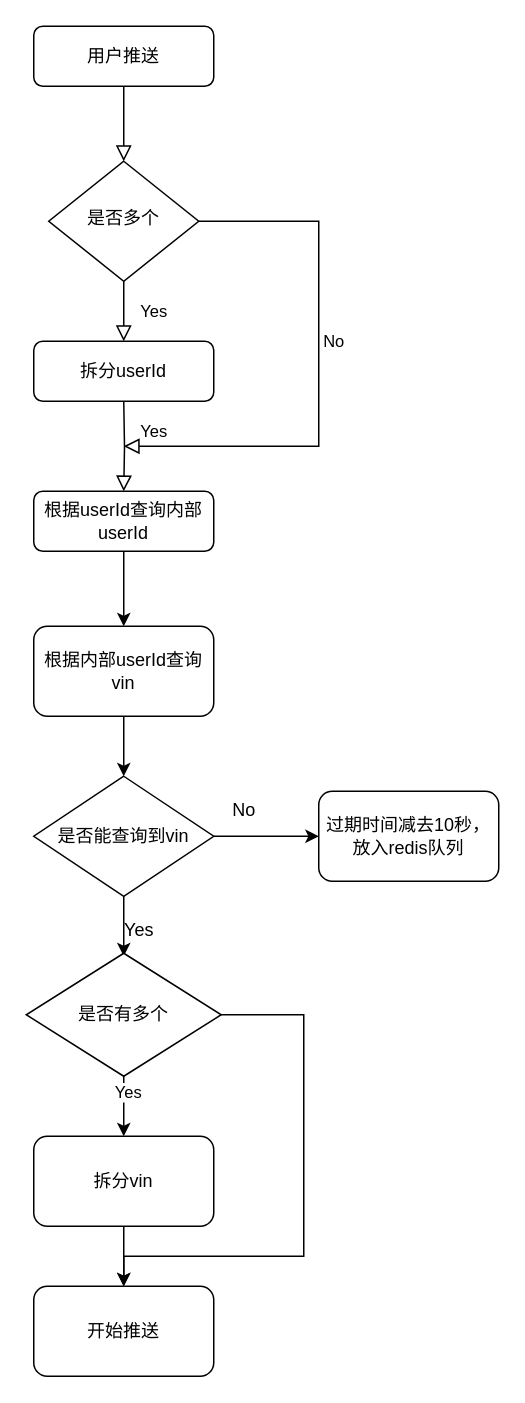
The draw.io diagram 推送到用户.drawio in ecdatatangyu/springboot-demo, before the edit. Source tidied: cells renumbered, new cells numbered last; positions are measured from the earlier drawing's top-left corner, leaving out a move shared by most shapes. Both pictures are drawn from the tidied source at 150%, with x=0, y=0 at pixel (26, 26).
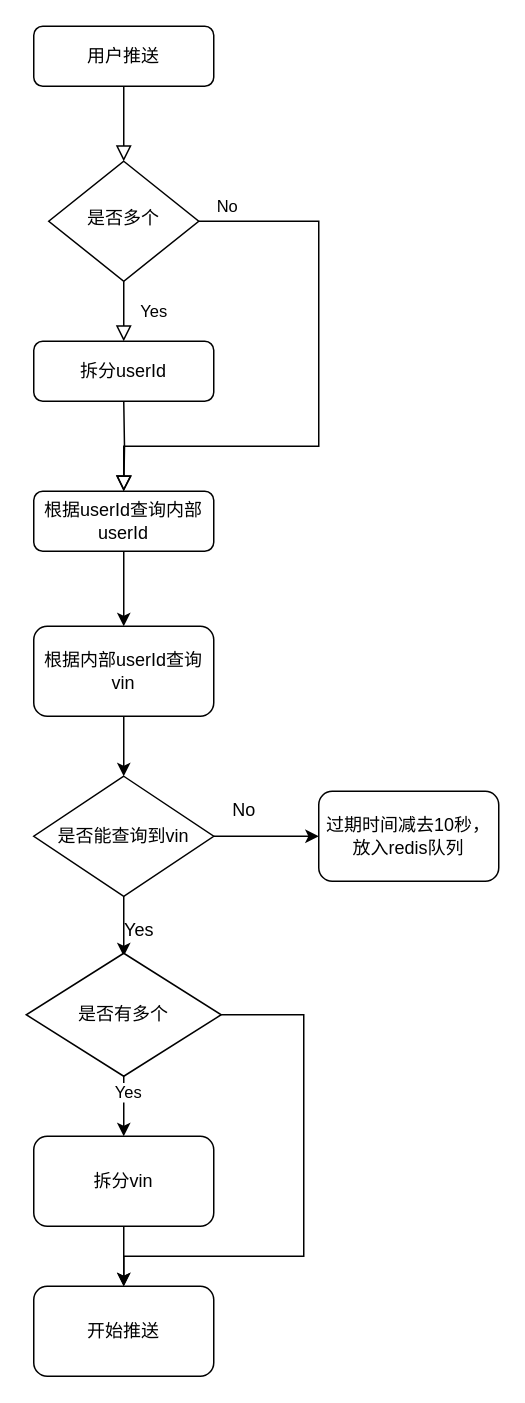
Above is the later version.

Commit message (it also covers changes not shown here):
Update 推送到用户.drawio

Unchanged cells that the change refers to:
```xml
<mxCell id="6" value="是否多个" style="rhombus;whiteSpace=wrap;html=1;shadow=0;fontFamily=Helvetica;fontSize=12;align=center;strokeWidth=1;spacing=6;spacingTop=-4;" parent="1" vertex="1">
  <mxGeometry x="15" y="90" width="100" height="80" as="geometry" />
</mxCell>
<mxCell id="9" value="根据userId查询内部userId" style="rounded=1;whiteSpace=wrap;html=1;fontSize=12;glass=0;strokeWidth=1;shadow=0;" parent="1" vertex="1">
  <mxGeometry x="5" y="310" width="120" height="40" as="geometry" />
</mxCell>
```

What changed in the source:
```diff
@@
-    <mxCell id="5" value="No" style="edgeStyle=orthogonalEdgeStyle;rounded=0;html=1;jettySize=auto;fontSize=11;endArrow=block;endFill=0;endSize=8;strokeWidth=1;shadow=0;labelBackgroundColor=none;entryX=0.5;entryY=0;entryDx=0;entryDy=0;exitX=1;exitY=0.5;exitDx=0;exitDy=0;" parent="1" edge="1" source="6">
-      <mxGeometry x="-0.11" y="10" relative="1" as="geometry">
-        <mxPoint x="65" y="280" as="targetPoint" />
+    <mxCell id="5" value="No" style="edgeStyle=orthogonalEdgeStyle;rounded=0;html=1;jettySize=auto;fontSize=11;endArrow=block;endFill=0;endSize=8;strokeWidth=1;shadow=0;labelBackgroundColor=none;entryX=0.5;entryY=0;entryDx=0;entryDy=0;exitX=1;exitY=0.5;exitDx=0;exitDy=0;" parent="1" edge="1" source="6" target="9">
+      <mxGeometry x="-0.9" y="10" relative="1" as="geometry">
         <Array as="points">
           <mxPoint x="195" y="130" />
           <mxPoint x="195" y="280" />
+          <mxPoint x="65" y="280" />
         </Array>
       </mxGeometry>
     </mxCell>
@@
-    <mxCell id="7" value="Yes" style="rounded=0;html=1;jettySize=auto;fontSize=11;endArrow=block;endFill=0;endSize=8;strokeWidth=1;shadow=0;labelBackgroundColor=none;edgeStyle=orthogonalEdgeStyle;" parent="1" edge="1" target="9">
+    <mxCell id="7" style="rounded=0;html=1;jettySize=auto;fontSize=11;endArrow=block;endFill=0;endSize=8;strokeWidth=1;shadow=0;labelBackgroundColor=none;edgeStyle=orthogonalEdgeStyle;" parent="1" edge="1" target="9">
       <mxGeometry x="-0.33" y="20" relative="1" as="geometry">
         <mxPoint x="65" y="250" as="sourcePoint" />
       </mxGeometry>
     </mxCell>
```
